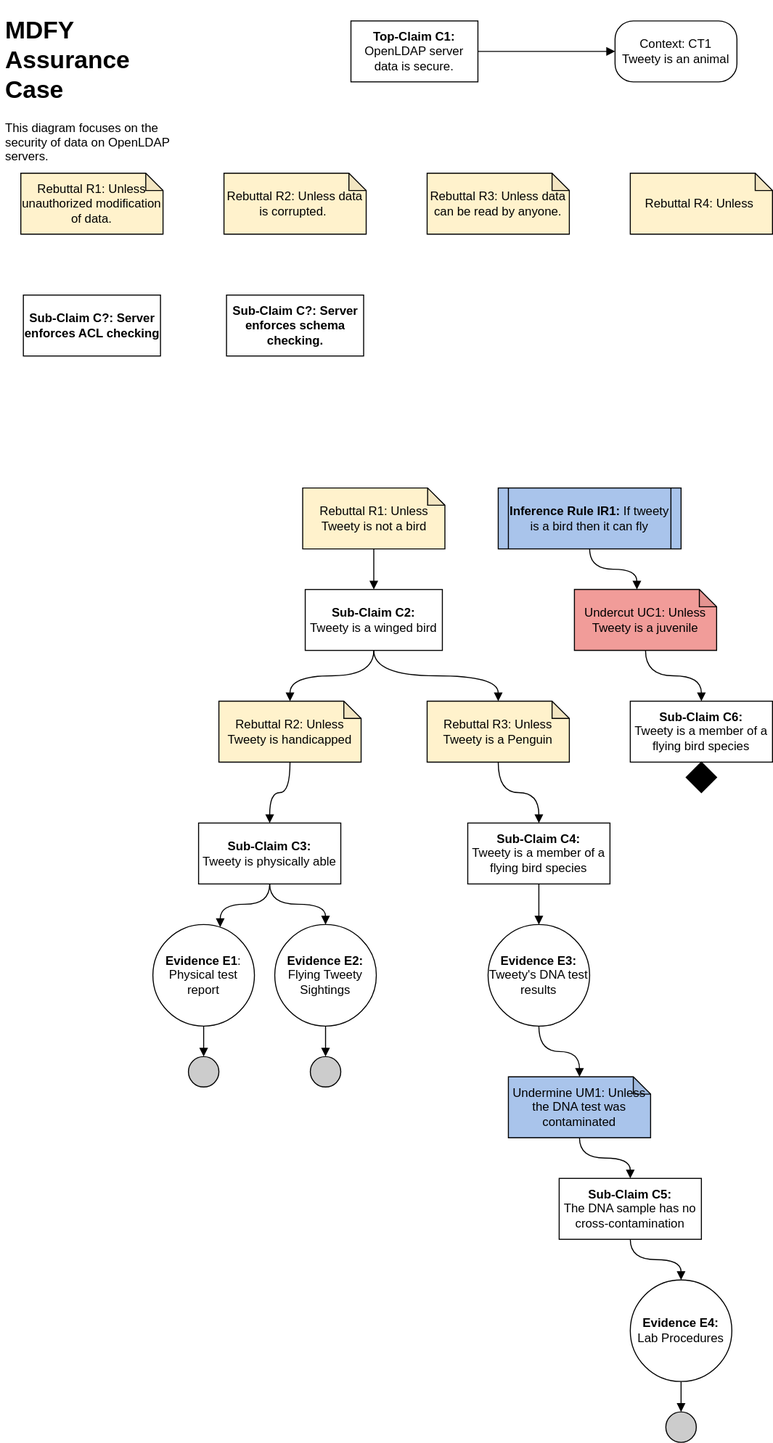
bartelsjoshuac/SAPG keeps this draw.io diagram as images/MDFY_Assurance_Case.drawio.svg. Above is the earlier version. Source tidied: cells renumbered, new cells last; positions are measured from the earlier drawing's top-left corner, leaving out a move shared by most shapes.
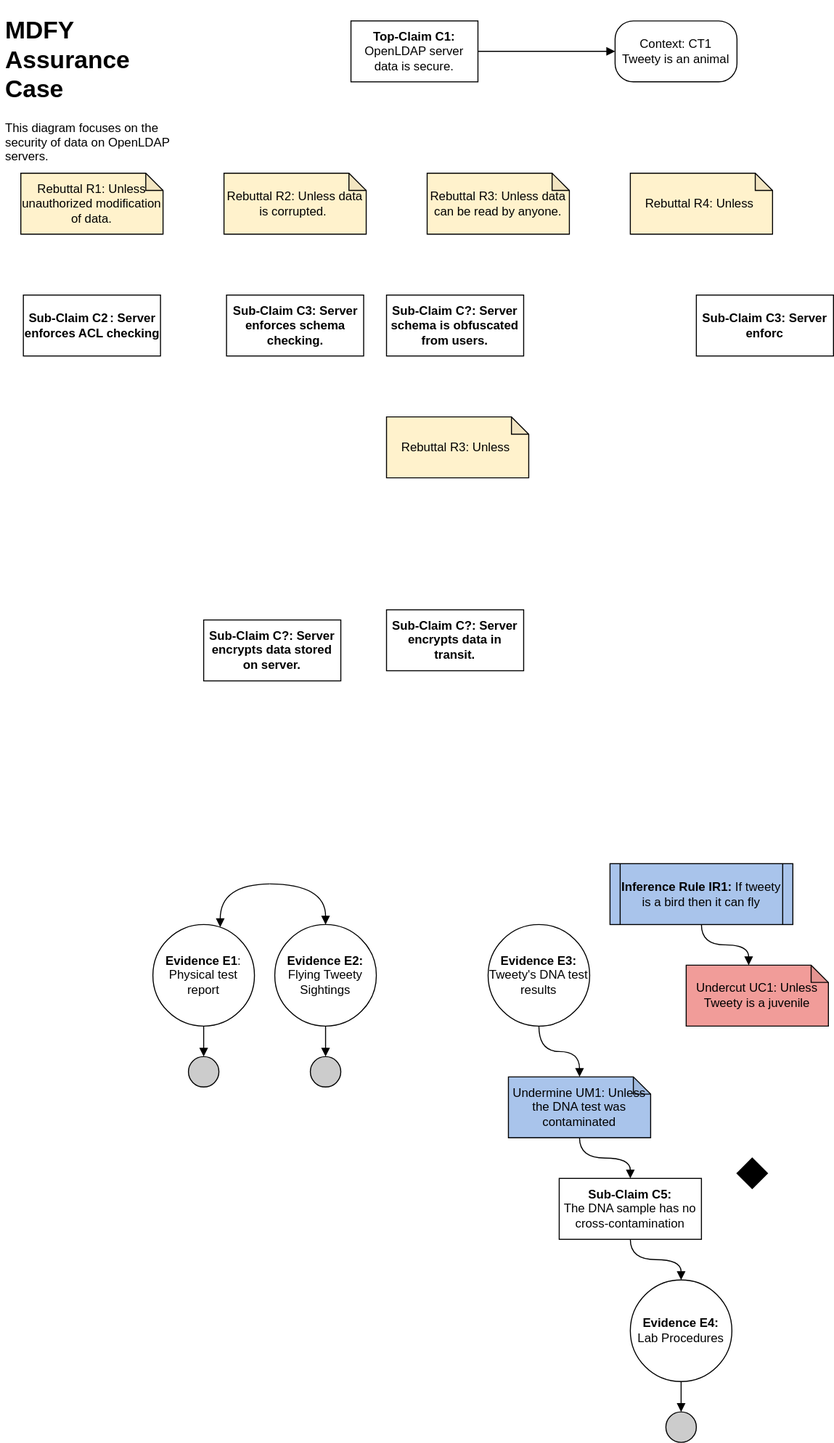
The same file after the commit.

Change to the diagram source:
```diff
@@ -14,48 +14,16 @@
     <mxCell id="5" value="Context: CT1&lt;br&gt;Tweety is an animal" style="rounded=1;whiteSpace=wrap;html=1;arcSize=30;" parent="1" vertex="1">
       <mxGeometry x="605" y="10" width="120" height="60" as="geometry" />
     </mxCell>
-    <mxCell id="6" style="edgeStyle=orthogonalEdgeStyle;curved=1;rounded=0;jettySize=auto;html=1;endArrow=block;endFill=1;" parent="1" edge="1" source="7" target="10">
-      <mxGeometry relative="1" as="geometry" />
-    </mxCell>
-    <mxCell id="7" value="Rebuttal R1: Unless Tweety is not a bird" style="shape=note;whiteSpace=wrap;html=1;backgroundOutline=1;darkOpacity=0.05;size=17;fillColor=#FFF2CC;" parent="1" vertex="1">
-      <mxGeometry x="297.5" y="470" width="140" height="60" as="geometry" />
-    </mxCell>
-    <mxCell id="8" style="edgeStyle=orthogonalEdgeStyle;curved=1;rounded=0;jettySize=auto;html=1;exitX=0.5;exitY=1;exitDx=0;exitDy=0;entryX=0.5;entryY=0;entryDx=0;entryDy=0;entryPerimeter=0;endArrow=block;endFill=1;" parent="1" edge="1" source="10" target="12">
-      <mxGeometry relative="1" as="geometry" />
-    </mxCell>
-    <mxCell id="9" style="edgeStyle=orthogonalEdgeStyle;curved=1;rounded=0;jettySize=auto;html=1;exitX=0.5;exitY=1;exitDx=0;exitDy=0;entryX=0.5;entryY=0;entryDx=0;entryDy=0;entryPerimeter=0;endArrow=block;endFill=1;" parent="1" edge="1" source="10" target="14">
-      <mxGeometry relative="1" as="geometry" />
-    </mxCell>
-    <mxCell id="10" value="&lt;b&gt;Sub-Claim C2:&lt;br&gt;&lt;/b&gt;Tweety is a winged bird" style="rounded=0;whiteSpace=wrap;html=1;" parent="1" vertex="1">
-      <mxGeometry x="300" y="570" width="135" height="60" as="geometry" />
-    </mxCell>
-    <mxCell id="11" style="edgeStyle=orthogonalEdgeStyle;curved=1;rounded=0;jettySize=auto;html=1;exitX=0.5;exitY=1;exitDx=0;exitDy=0;exitPerimeter=0;entryX=0.5;entryY=0;entryDx=0;entryDy=0;endArrow=block;endFill=1;" parent="1" edge="1" source="12" target="17">
-      <mxGeometry relative="1" as="geometry" />
-    </mxCell>
-    <mxCell id="12" value="Rebuttal R2: Unless Tweety is handicapped" style="shape=note;whiteSpace=wrap;html=1;backgroundOutline=1;darkOpacity=0.05;size=17;fillColor=#FFF2CC;" parent="1" vertex="1">
-      <mxGeometry x="215" y="680" width="140" height="60" as="geometry" />
-    </mxCell>
-    <mxCell id="13" style="edgeStyle=orthogonalEdgeStyle;curved=1;rounded=0;jettySize=auto;html=1;endArrow=block;endFill=1;" parent="1" edge="1" source="14" target="19">
-      <mxGeometry relative="1" as="geometry" />
-    </mxCell>
-    <mxCell id="14" value="Rebuttal R3: Unless Tweety is a Penguin" style="shape=note;whiteSpace=wrap;html=1;backgroundOutline=1;darkOpacity=0.05;size=17;fillColor=#FFF2CC;" parent="1" vertex="1">
-      <mxGeometry x="420" y="680" width="140" height="60" as="geometry" />
-    </mxCell>
-    <mxCell id="15" style="edgeStyle=orthogonalEdgeStyle;curved=1;rounded=0;jettySize=auto;html=1;exitX=0.5;exitY=1;exitDx=0;exitDy=0;entryX=0.663;entryY=0.025;entryDx=0;entryDy=0;entryPerimeter=0;endArrow=block;endFill=1;" parent="1" edge="1" source="17" target="21">
-      <mxGeometry relative="1" as="geometry" />
+    <mxCell id="15" style="edgeStyle=orthogonalEdgeStyle;curved=1;rounded=0;jettySize=auto;html=1;exitX=0.5;exitY=1;exitDx=0;exitDy=0;entryX=0.663;entryY=0.025;entryDx=0;entryDy=0;entryPerimeter=0;endArrow=block;endFill=1;" parent="1" edge="1" target="21">
+      <mxGeometry relative="1" as="geometry">
+        <mxPoint x="265" y="860" as="sourcePoint" />
+      </mxGeometry>
     </mxCell>
-    <mxCell id="16" style="edgeStyle=orthogonalEdgeStyle;curved=1;rounded=0;jettySize=auto;html=1;entryX=0.5;entryY=0;entryDx=0;entryDy=0;endArrow=block;endFill=1;" parent="1" edge="1" source="17" target="23">
-      <mxGeometry relative="1" as="geometry" />
+    <mxCell id="16" style="edgeStyle=orthogonalEdgeStyle;curved=1;rounded=0;jettySize=auto;html=1;entryX=0.5;entryY=0;entryDx=0;entryDy=0;endArrow=block;endFill=1;" parent="1" edge="1" target="23">
+      <mxGeometry relative="1" as="geometry">
+        <mxPoint x="265" y="860" as="sourcePoint" />
+      </mxGeometry>
     </mxCell>
-    <mxCell id="17" value="&lt;b&gt;Sub-Claim C3:&lt;br&gt;&lt;/b&gt;Tweety is physically able" style="rounded=0;whiteSpace=wrap;html=1;" parent="1" vertex="1">
-      <mxGeometry x="195" y="800" width="140" height="60" as="geometry" />
-    </mxCell>
-    <mxCell id="18" style="edgeStyle=orthogonalEdgeStyle;curved=1;rounded=0;jettySize=auto;html=1;entryX=0.5;entryY=0;entryDx=0;entryDy=0;endArrow=block;endFill=1;" parent="1" edge="1" source="19" target="27">
-      <mxGeometry relative="1" as="geometry" />
-    </mxCell>
-    <mxCell id="19" value="&lt;b&gt;Sub-Claim C4:&lt;br&gt;&lt;/b&gt;Tweety is a member of a flying bird species" style="rounded=0;whiteSpace=wrap;html=1;" parent="1" vertex="1">
-      <mxGeometry x="460" y="800" width="140" height="60" as="geometry" />
-    </mxCell>
     <mxCell id="20" style="edgeStyle=orthogonalEdgeStyle;curved=1;rounded=0;jettySize=auto;html=1;entryX=0.5;entryY=0;entryDx=0;entryDy=0;endArrow=block;endFill=1;" parent="1" edge="1" source="21" target="24">
       <mxGeometry relative="1" as="geometry" />
     </mxCell>
@@ -105,21 +73,15 @@
       <mxGeometry relative="1" as="geometry" />
     </mxCell>
     <mxCell id="36" value="&lt;b&gt;Inference Rule IR1:&lt;/b&gt; If tweety is a bird then it can fly" style="shape=process;whiteSpace=wrap;html=1;backgroundOutline=1;fillColor=#A9C4EB;size=0.05555555555555555;" parent="1" vertex="1">
-      <mxGeometry x="490" y="470" width="180" height="60" as="geometry" />
+      <mxGeometry x="600" y="840" width="180" height="60" as="geometry" />
     </mxCell>
-    <mxCell id="37" style="edgeStyle=orthogonalEdgeStyle;curved=1;rounded=0;jettySize=auto;html=1;endArrow=block;endFill=1;" parent="1" edge="1" source="38" target="39">
-      <mxGeometry relative="1" as="geometry" />
-    </mxCell>
     <mxCell id="38" value="Undercut UC1: Unless Tweety is a juvenile" style="shape=note;whiteSpace=wrap;html=1;backgroundOutline=1;darkOpacity=0.05;size=17;fillColor=#F19C99;" parent="1" vertex="1">
-      <mxGeometry x="565" y="570" width="140" height="60" as="geometry" />
+      <mxGeometry x="675" y="940" width="140" height="60" as="geometry" />
     </mxCell>
-    <mxCell id="39" value="&lt;b&gt;Sub-Claim C6:&lt;br&gt;&lt;/b&gt;Tweety is a member of a flying bird species" style="rounded=0;whiteSpace=wrap;html=1;" parent="1" vertex="1">
-      <mxGeometry x="620" y="680" width="140" height="60" as="geometry" />
-    </mxCell>
     <mxCell id="40" style="rhombus;whiteSpace=wrap;html=1;fillColor=#000000;" parent="1" vertex="1">
-      <mxGeometry x="675" y="740" width="30" height="30" as="geometry" />
+      <mxGeometry x="725" y="1130" width="30" height="30" as="geometry" />
     </mxCell>
-    <mxCell id="41" value="&lt;b&gt;Sub-Claim C?: Server enforces ACL checking&lt;br&gt;&lt;/b&gt;" style="rounded=0;whiteSpace=wrap;html=1;" parent="1" vertex="1">
+    <mxCell id="41" value="&lt;b&gt;Sub-Claim C2&lt;span style=&quot;white-space: pre;&quot;&gt;&#9;&lt;/span&gt;: Server enforces ACL checking&lt;br&gt;&lt;/b&gt;" style="rounded=0;whiteSpace=wrap;html=1;" parent="1" vertex="1">
       <mxGeometry x="22.5" y="280" width="135" height="60" as="geometry" />
     </mxCell>
     <mxCell id="42" value="Rebuttal R1: Unless unauthorized modification of data." style="shape=note;whiteSpace=wrap;html=1;backgroundOutline=1;darkOpacity=0.05;size=17;fillColor=#FFF2CC;" parent="1" vertex="1">
@@ -134,8 +96,23 @@
     <mxCell id="45" value="Rebuttal R4: Unless&amp;nbsp;" style="shape=note;whiteSpace=wrap;html=1;backgroundOutline=1;darkOpacity=0.05;size=17;fillColor=#FFF2CC;" parent="1" vertex="1">
       <mxGeometry x="620" y="160" width="140" height="60" as="geometry" />
     </mxCell>
-    <mxCell id="46" value="&lt;b&gt;Sub-Claim C?: Server enforces schema checking.&lt;br&gt;&lt;/b&gt;" style="rounded=0;whiteSpace=wrap;html=1;" parent="1" vertex="1">
+    <mxCell id="46" value="&lt;b&gt;Sub-Claim C3: Server enforces schema checking.&lt;br&gt;&lt;/b&gt;" style="rounded=0;whiteSpace=wrap;html=1;" parent="1" vertex="1">
       <mxGeometry x="222.5" y="280" width="135" height="60" as="geometry" />
     </mxCell>
+    <mxCell id="47" value="&lt;b&gt;Sub-Claim C3: Server enforc&lt;br&gt;&lt;/b&gt;" style="rounded=0;whiteSpace=wrap;html=1;" parent="1" vertex="1">
+      <mxGeometry x="685" y="280" width="135" height="60" as="geometry" />
+    </mxCell>
+    <mxCell id="48" value="&lt;b&gt;Sub-Claim C?: Server schema is obfuscated from users.&lt;br&gt;&lt;/b&gt;" style="rounded=0;whiteSpace=wrap;html=1;" parent="1" vertex="1">
+      <mxGeometry x="380" y="280" width="135" height="60" as="geometry" />
+    </mxCell>
+    <mxCell id="49" value="Rebuttal R3: Unless&amp;nbsp;" style="shape=note;whiteSpace=wrap;html=1;backgroundOutline=1;darkOpacity=0.05;size=17;fillColor=#FFF2CC;" parent="1" vertex="1">
+      <mxGeometry x="380" y="400" width="140" height="60" as="geometry" />
+    </mxCell>
+    <mxCell id="50" value="&lt;b&gt;Sub-Claim C?: Server encrypts data stored on server.&lt;br&gt;&lt;/b&gt;" style="rounded=0;whiteSpace=wrap;html=1;" parent="1" vertex="1">
+      <mxGeometry x="200" y="600" width="135" height="60" as="geometry" />
+    </mxCell>
+    <mxCell id="51" value="&lt;b&gt;Sub-Claim C?: Server encrypts data in transit.&lt;br&gt;&lt;/b&gt;" style="rounded=0;whiteSpace=wrap;html=1;" parent="1" vertex="1">
+      <mxGeometry x="380" y="590" width="135" height="60" as="geometry" />
+    </mxCell>
   </root>
 </mxGraphModel>
```
